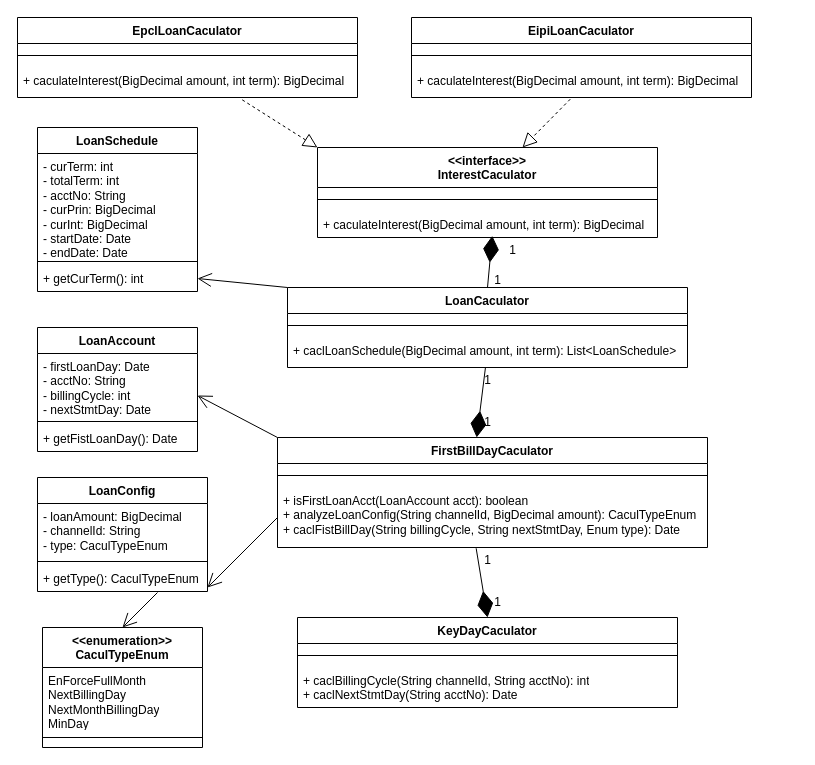
The draw.io diagram 借款试算类图.drawio in wuxiao-web/graduationThesis, before the edit. Source tidied: cells renumbered, new cells numbered last; positions are measured from the earlier drawing's top-left corner, leaving out a move shared by most shapes. Both pictures are drawn from the tidied source at 100%, with x=0, y=0 at pixel (17, 17).
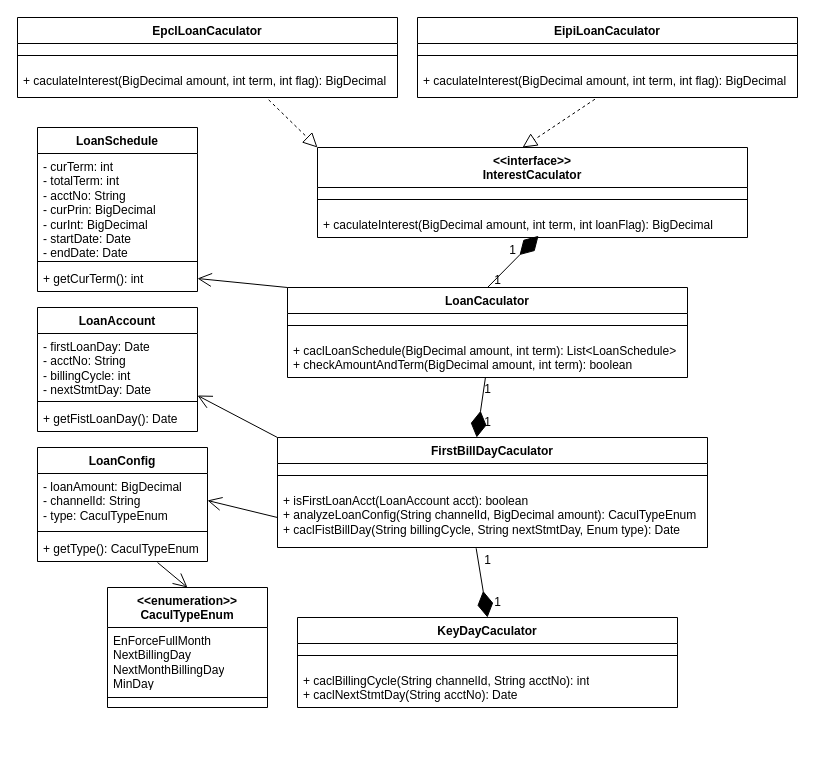
The same page after the edit.

Commit message (it also covers changes not shown here):
更新借款试算类图.drawio

Unchanged cells that the change refers to:
```xml
<mxCell id="18" value="+ isFirstLoanAcct(LoanAccount acct): boolean&lt;br&gt;+ analyzeLoanConfig(String channelId, BigDecimal amount): CaculTypeEnum&lt;br&gt;+ caclFistBillDay(String billingCycle, String nextStmtDay, Enum type): Date" style="text;strokeColor=none;fillColor=none;align=left;verticalAlign=top;spacingLeft=4;spacingRight=4;overflow=hidden;points=[[0,0.5],[1,0.5]];portConstraint=eastwest;whiteSpace=wrap;html=1;" parent="16" vertex="1">
  <mxGeometry y="50" width="430" height="60" as="geometry" />
</mxCell>
<mxCell id="20" value="- loanAmount: BigDecimal&lt;br&gt;- channelId: String&lt;br&gt;- type: CaculTypeEnum" style="text;strokeColor=none;fillColor=none;align=left;verticalAlign=top;spacingLeft=4;spacingRight=4;overflow=hidden;points=[[0,0.5],[1,0.5]];portConstraint=eastwest;whiteSpace=wrap;html=1;" parent="19" vertex="1">
  <mxGeometry y="26" width="170" height="54" as="geometry" />
</mxCell>
```

What changed in the source:
```diff
@@
     <mxCell id="2" value="LoanCaculator" style="swimlane;fontStyle=1;align=center;verticalAlign=top;horizontal=1;startSize=26;whiteSpace=wrap;html=1;" parent="1" vertex="1">
-      <mxGeometry x="270" y="270" width="400" height="80" as="geometry" />
+      <mxGeometry x="270" y="270" width="400" height="90" as="geometry" />
     </mxCell>
@@
-    <mxCell id="4" value="+ caclLoanSchedule(BigDecimal amount, int term): List&amp;lt;LoanSchedule&amp;gt;" style="text;strokeColor=none;fillColor=none;align=left;verticalAlign=top;spacingLeft=4;spacingRight=4;overflow=hidden;points=[[0,0.5],[1,0.5]];portConstraint=eastwest;whiteSpace=wrap;html=1;" parent="2" vertex="1">
-      <mxGeometry y="50" width="400" height="30" as="geometry" />
+    <mxCell id="4" value="+ caclLoanSchedule(BigDecimal amount, int term): List&amp;lt;LoanSchedule&amp;gt;&lt;br&gt;+ checkAmountAndTerm(BigDecimal amount, int term): boolean" style="text;strokeColor=none;fillColor=none;align=left;verticalAlign=top;spacingLeft=4;spacingRight=4;overflow=hidden;points=[[0,0.5],[1,0.5]];portConstraint=eastwest;whiteSpace=wrap;html=1;" parent="2" vertex="1">
+      <mxGeometry y="50" width="400" height="40" as="geometry" />
     </mxCell>
@@
     <mxCell id="11" value="1" style="text;html=1;align=center;verticalAlign=middle;strokeColor=none;fillColor=none;" parent="1" vertex="1">
-      <mxGeometry x="455" y="348" width="30" height="30" as="geometry" />
+      <mxGeometry x="455" y="357" width="30" height="30" as="geometry" />
     </mxCell>
@@
     <mxCell id="19" value="LoanConfig" style="swimlane;fontStyle=1;align=center;verticalAlign=top;horizontal=1;startSize=26;whiteSpace=wrap;html=1;" parent="1" vertex="1">
-      <mxGeometry x="20" y="460" width="170" height="114" as="geometry" />
+      <mxGeometry x="20" y="430" width="170" height="114" as="geometry" />
     </mxCell>
@@
     <mxCell id="23" value="LoanAccount" style="swimlane;fontStyle=1;align=center;verticalAlign=top;horizontal=1;startSize=26;whiteSpace=wrap;html=1;" parent="1" vertex="1">
-      <mxGeometry x="20" y="310" width="160" height="124" as="geometry" />
+      <mxGeometry x="20" y="290" width="160" height="124" as="geometry" />
     </mxCell>
@@
     <mxCell id="27" value="&lt;b style=&quot;border-color: var(--border-color);&quot;&gt;&amp;lt;&amp;lt;enumeration&amp;gt;&amp;gt;&lt;br style=&quot;border-color: var(--border-color);&quot;&gt;CaculTypeEnum&lt;br&gt;&lt;/b&gt;" style="swimlane;fontStyle=1;align=center;verticalAlign=top;horizontal=1;startSize=40;whiteSpace=wrap;html=1;" parent="1" vertex="1">
-      <mxGeometry x="25" y="610" width="160" height="120" as="geometry" />
+      <mxGeometry x="90" y="570" width="160" height="120" as="geometry" />
     </mxCell>
@@
     <mxCell id="30" value="&amp;lt;&amp;lt;interface&amp;gt;&amp;gt;&lt;br&gt;InterestCaculator" style="swimlane;fontStyle=1;align=center;verticalAlign=top;horizontal=1;startSize=40;whiteSpace=wrap;html=1;" parent="1" vertex="1">
-      <mxGeometry x="300" y="130" width="340" height="90" as="geometry" />
+      <mxGeometry x="300" y="130" width="430" height="90" as="geometry" />
     </mxCell>
     <mxCell id="31" style="line;strokeWidth=1;fillColor=none;align=left;verticalAlign=middle;spacingTop=-1;spacingLeft=3;spacingRight=3;labelPosition=right;strokeColor=inherit;" parent="30" vertex="1">
-      <mxGeometry y="40" width="340" height="24" as="geometry" />
+      <mxGeometry y="40" width="430" height="24" as="geometry" />
     </mxCell>
-    <mxCell id="32" value="+ caculateInterest(BigDecimal amount, int term): BigDecimal" style="text;strokeColor=none;fillColor=none;align=left;verticalAlign=top;spacingLeft=4;spacingRight=4;overflow=hidden;points=[[0,0.5],[1,0.5]];portConstraint=eastwest;whiteSpace=wrap;html=1;" parent="30" vertex="1">
-      <mxGeometry y="64" width="340" height="26" as="geometry" />
+    <mxCell id="32" value="+ caculateInterest(BigDecimal amount, int term, int loanFlag): BigDecimal" style="text;strokeColor=none;fillColor=none;align=left;verticalAlign=top;spacingLeft=4;spacingRight=4;overflow=hidden;points=[[0,0.5],[1,0.5]];portConstraint=eastwest;whiteSpace=wrap;html=1;" parent="30" vertex="1">
+      <mxGeometry y="64" width="430" height="26" as="geometry" />
     </mxCell>
@@
     <mxCell id="35" value="EpclLoanCaculator" style="swimlane;fontStyle=1;align=center;verticalAlign=top;horizontal=1;startSize=26;whiteSpace=wrap;html=1;" parent="1" vertex="1">
-      <mxGeometry width="340" height="80" as="geometry" />
+      <mxGeometry width="380" height="80" as="geometry" />
     </mxCell>
     <mxCell id="36" style="line;strokeWidth=1;fillColor=none;align=left;verticalAlign=middle;spacingTop=-1;spacingLeft=3;spacingRight=3;labelPosition=right;strokeColor=inherit;" parent="35" vertex="1">
-      <mxGeometry y="26" width="340" height="24" as="geometry" />
+      <mxGeometry y="26" width="380" height="24" as="geometry" />
     </mxCell>
-    <mxCell id="37" value="+ caculateInterest(BigDecimal amount, int term): BigDecimal" style="text;strokeColor=none;fillColor=none;align=left;verticalAlign=top;spacingLeft=4;spacingRight=4;overflow=hidden;points=[[0,0.5],[1,0.5]];portConstraint=eastwest;whiteSpace=wrap;html=1;" parent="35" vertex="1">
-      <mxGeometry y="50" width="340" height="30" as="geometry" />
+    <mxCell id="37" value="+ caculateInterest(BigDecimal amount, int term, int flag): BigDecimal" style="text;strokeColor=none;fillColor=none;align=left;verticalAlign=top;spacingLeft=4;spacingRight=4;overflow=hidden;points=[[0,0.5],[1,0.5]];portConstraint=eastwest;whiteSpace=wrap;html=1;" parent="35" vertex="1">
+      <mxGeometry y="50" width="380" height="30" as="geometry" />
     </mxCell>
     <mxCell id="38" value="EipiLoanCaculator" style="swimlane;fontStyle=1;align=center;verticalAlign=top;horizontal=1;startSize=26;whiteSpace=wrap;html=1;" parent="1" vertex="1">
-      <mxGeometry x="394" width="340" height="80" as="geometry" />
+      <mxGeometry x="400" width="380" height="80" as="geometry" />
     </mxCell>
     <mxCell id="39" style="line;strokeWidth=1;fillColor=none;align=left;verticalAlign=middle;spacingTop=-1;spacingLeft=3;spacingRight=3;labelPosition=right;strokeColor=inherit;" parent="38" vertex="1">
-      <mxGeometry y="26" width="340" height="24" as="geometry" />
+      <mxGeometry y="26" width="380" height="24" as="geometry" />
     </mxCell>
-    <mxCell id="40" value="+ caculateInterest(BigDecimal amount, int term): BigDecimal" style="text;strokeColor=none;fillColor=none;align=left;verticalAlign=top;spacingLeft=4;spacingRight=4;overflow=hidden;points=[[0,0.5],[1,0.5]];portConstraint=eastwest;whiteSpace=wrap;html=1;" parent="38" vertex="1">
-      <mxGeometry y="50" width="340" height="30" as="geometry" />
+    <mxCell id="40" value="+ caculateInterest(BigDecimal amount, int term, int flag): BigDecimal" style="text;strokeColor=none;fillColor=none;align=left;verticalAlign=top;spacingLeft=4;spacingRight=4;overflow=hidden;points=[[0,0.5],[1,0.5]];portConstraint=eastwest;whiteSpace=wrap;html=1;" parent="38" vertex="1">
+      <mxGeometry y="50" width="380" height="30" as="geometry" />
     </mxCell>
@@
-    <mxCell id="44" style="endArrow=open;endFill=1;endSize=12;html=1;rounded=0;exitX=0;exitY=0.5;exitDx=0;exitDy=0;" parent="1" edge="1" source="18">
-      <mxGeometry relative="1" as="geometry">
-        <mxPoint x="190" y="570" as="targetPoint" />
-      </mxGeometry>
+    <mxCell id="44" style="endArrow=open;endFill=1;endSize=12;html=1;rounded=0;exitX=0;exitY=0.5;exitDx=0;exitDy=0;entryX=1;entryY=0.5;entryDx=0;entryDy=0;" parent="1" edge="1" source="18" target="20">
+      <mxGeometry relative="1" as="geometry" />
     </mxCell>
```
